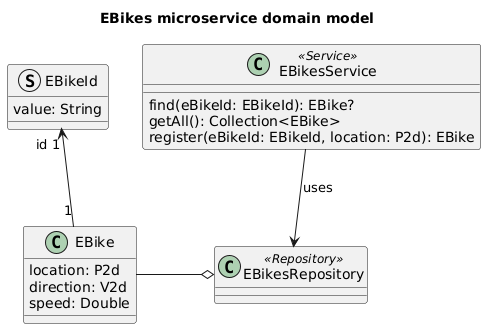
Above: doc/diagrams/ebikes-microservice-domain-model.png in Ventus218/SAP-assignment-02 (PlantUML), before the change. Source of this version:
```plantuml
@startuml ebikes-microservice-domain-model

title EBikes microservice domain model

class EBike {
    location: P2d
    direction: V2d
    speed: Double
}
struct EBikeId {
    value: String
}
EBike "1" -u-> "id 1" EBikeId

class EBikesRepository <<Repository>>
EBikesRepository o-l- EBike

class EBikesService <<Service>> {
    find(eBikeId: EBikeId): EBike?
    getAll(): Collection<EBike>
    register(eBikeId: EBikeId, location: P2d): EBike
}

EBikesService --> EBikesRepository : "uses"

@enduml
```
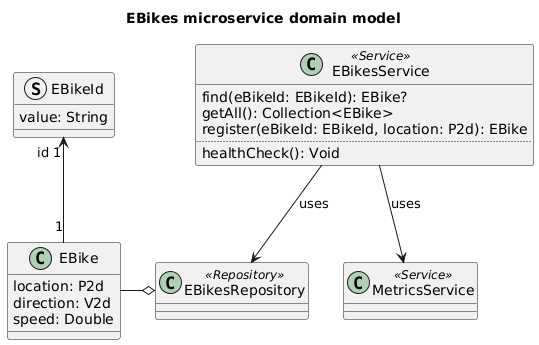
Above is the later version.

Change to the diagram source:
```diff
@@ -19,8 +19,13 @@
     find(eBikeId: EBikeId): EBike?
     getAll(): Collection<EBike>
     register(eBikeId: EBikeId, location: P2d): EBike
+    ..
+    healthCheck(): Void
 }
 
 EBikesService --> EBikesRepository : "uses"
 
+class MetricsService <<Service>>
+EBikesService --> MetricsService : "uses"
+
 @enduml
```
